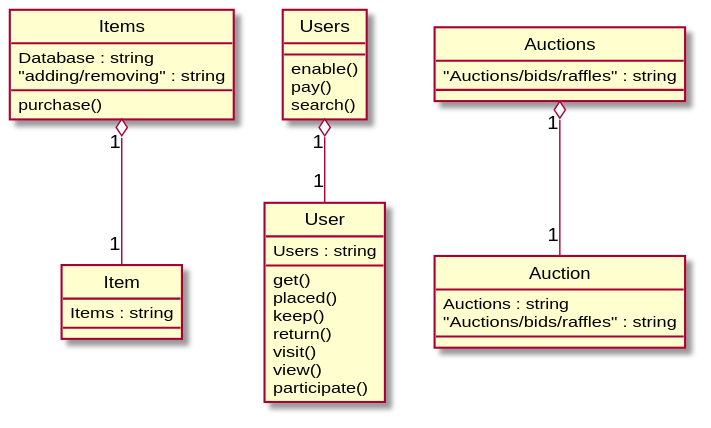
xixixhalu/DomainModelExtractor keeps this PlantUML diagram as Diagrams/2019-USC-Project09.svg. Above is the earlier version.
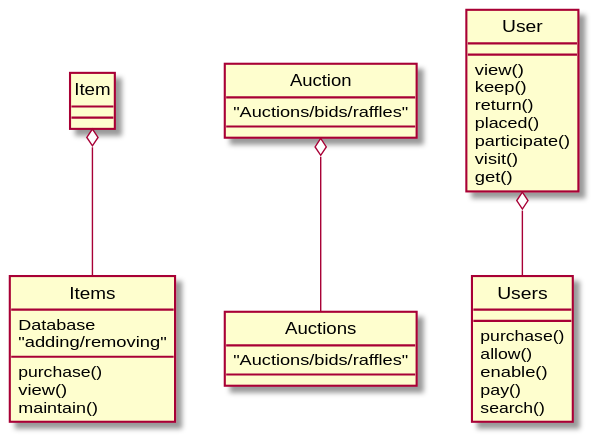
Above is the later version.

What changed in the source:
```diff
@@ -1,36 +1,37 @@
 @startuml
 hide circle
 class Items {
-	Database : string
-	"adding/removing" : string
+	Database
+	"adding/removing"
 	purchase()
+	view()
+	maintain()
+}
+class Auctions {
+	"Auctions/bids/raffles"
+}
+class Item {
+}
+class Auction {
+	"Auctions/bids/raffles"
 }
 class User {
-	Users : string
-	get()
-	placed()
+	view()
 	keep()
 	return()
+	placed()
+	participate()
 	visit()
-	view()
-	participate()
-}
-class Auction {
-	Auctions : string
-	"Auctions/bids/raffles" : string
-}
-class Auctions {
-	"Auctions/bids/raffles" : string
-}
-class Item {
-	Items : string
+	get()
 }
 class Users {
+	purchase()
+	allow()
 	enable()
 	pay()
 	search()
 }
-Users "1" o-- "1" User
-Items "1" o-- "1" Item
-Auctions "1" o-- "1" Auction
+User o-- Users
+Auction o-- Auctions
+Item o-- Items
 @enduml
```
